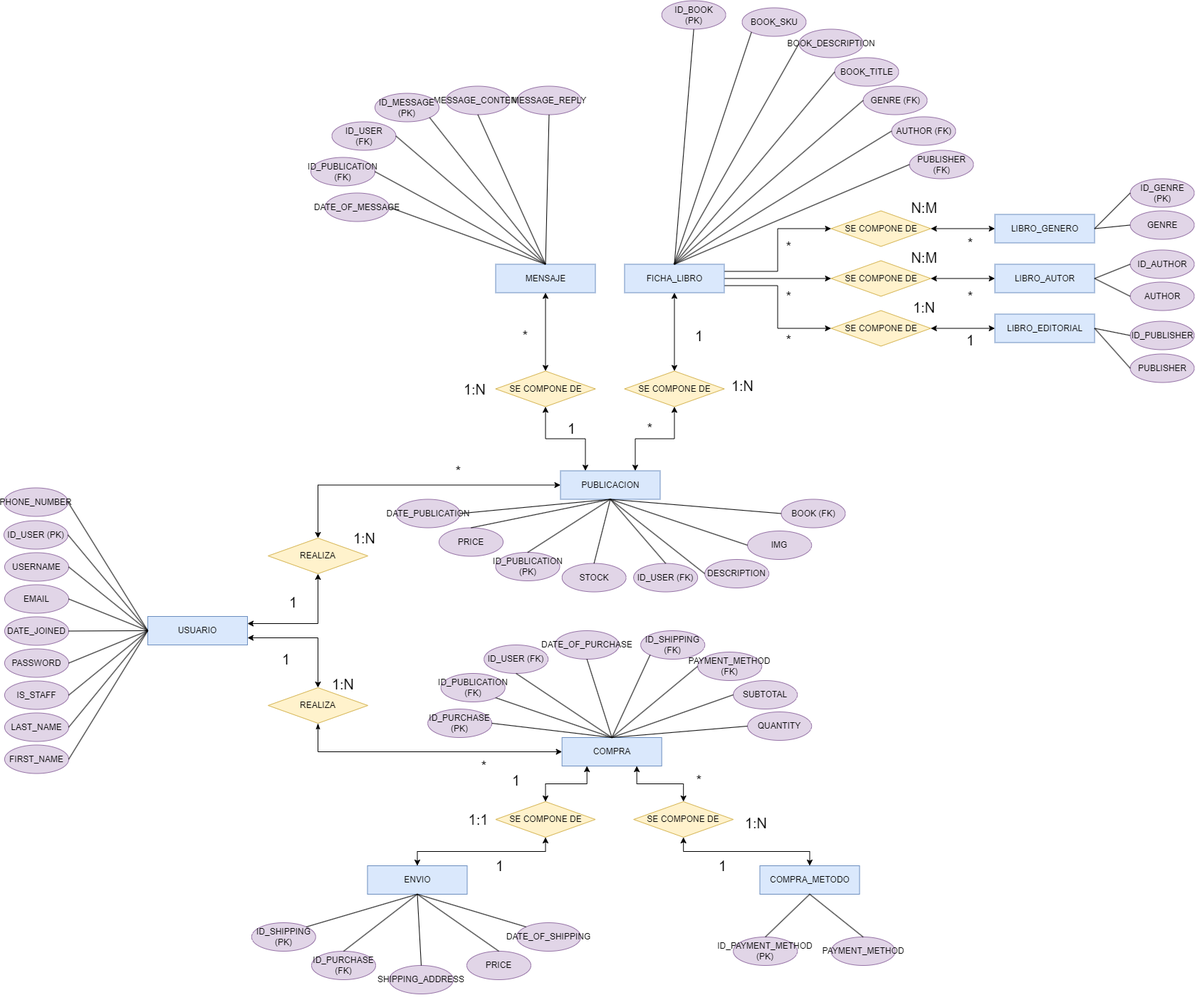
Above: der.png in feliRios/SQL-Coderhouse-ProyectoFinal-Lopez-Rios (draw.io), before the change. Source tidied: cells renumbered, new cells last; positions are measured from the earlier drawing's top-left corner, leaving out a move shared by most shapes.
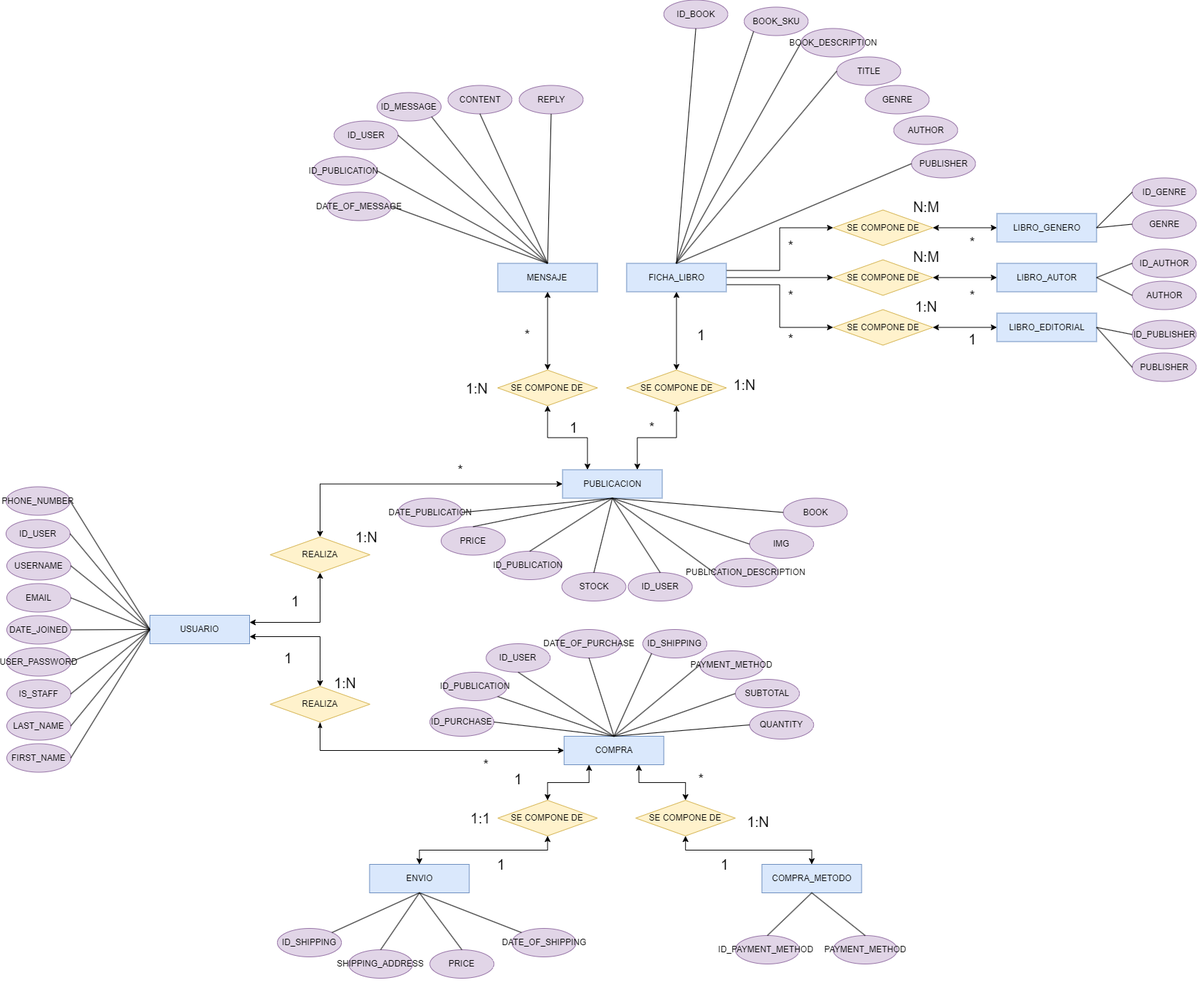
After the change.

Diff of the diagram source:
```diff
@@ -17,7 +17,7 @@
     <mxCell id="6" value="REALIZA" style="rhombus;whiteSpace=wrap;html=1;fillColor=#fff2cc;strokeColor=#d6b656;" parent="1" vertex="1">
       <mxGeometry x="371" y="754" width="140" height="50" as="geometry" />
     </mxCell>
-    <mxCell id="7" value="ID_USER (PK)" style="ellipse;whiteSpace=wrap;html=1;fillColor=#e1d5e7;strokeColor=#9673a6;" parent="1" vertex="1">
+    <mxCell id="7" value="ID_USER" style="ellipse;whiteSpace=wrap;html=1;fillColor=#e1d5e7;strokeColor=#9673a6;" parent="1" vertex="1">
       <mxGeometry y="729.5" width="90" height="40" as="geometry" />
     </mxCell>
     <mxCell id="8" value="USERNAME" style="ellipse;whiteSpace=wrap;html=1;fillColor=#e1d5e7;strokeColor=#9673a6;" parent="1" vertex="1">
@@ -26,7 +26,7 @@
     <mxCell id="9" value="EMAIL" style="ellipse;whiteSpace=wrap;html=1;fillColor=#e1d5e7;strokeColor=#9673a6;" parent="1" vertex="1">
       <mxGeometry x="1" y="819.5" width="90" height="40" as="geometry" />
     </mxCell>
-    <mxCell id="10" value="PASSWORD" style="ellipse;whiteSpace=wrap;html=1;fillColor=#e1d5e7;strokeColor=#9673a6;" parent="1" vertex="1">
+    <mxCell id="10" value="USER_PASSWORD" style="ellipse;whiteSpace=wrap;html=1;fillColor=#e1d5e7;strokeColor=#9673a6;" parent="1" vertex="1">
       <mxGeometry x="1" y="909.5" width="90" height="40" as="geometry" />
     </mxCell>
     <mxCell id="11" value="FIRST_NAME" style="ellipse;whiteSpace=wrap;html=1;fillColor=#e1d5e7;strokeColor=#9673a6;" parent="1" vertex="1">
@@ -76,16 +76,16 @@
     <mxCell id="25" value="PUBLICACION" style="rounded=0;whiteSpace=wrap;html=1;fillColor=#dae8fc;strokeColor=#6c8ebf;" parent="1" vertex="1">
       <mxGeometry x="781.5" y="659.5" width="140" height="40" as="geometry" />
     </mxCell>
-    <mxCell id="26" value="ID_PUBLICATION (PK)" style="ellipse;whiteSpace=wrap;html=1;fillColor=#e1d5e7;strokeColor=#9673a6;" parent="1" vertex="1">
+    <mxCell id="26" value="ID_PUBLICATION&amp;nbsp;" style="ellipse;whiteSpace=wrap;html=1;fillColor=#e1d5e7;strokeColor=#9673a6;" parent="1" vertex="1">
       <mxGeometry x="690.5" y="774" width="90" height="40" as="geometry" />
     </mxCell>
     <mxCell id="27" value="BOOK_DESCRIPTION" style="ellipse;whiteSpace=wrap;html=1;fillColor=#e1d5e7;strokeColor=#9673a6;" parent="1" vertex="1">
       <mxGeometry x="1116.5" y="39.5" width="90" height="40" as="geometry" />
     </mxCell>
-    <mxCell id="28" value="DESCRIPTION" style="ellipse;whiteSpace=wrap;html=1;fillColor=#e1d5e7;strokeColor=#9673a6;" parent="1" vertex="1">
-      <mxGeometry x="984.2" y="784" width="90" height="40" as="geometry" />
+    <mxCell id="28" value="PUBLICATION_DESCRIPTION" style="ellipse;whiteSpace=wrap;html=1;fillColor=#e1d5e7;strokeColor=#9673a6;" parent="1" vertex="1">
+      <mxGeometry x="994.2" y="784" width="90" height="40" as="geometry" />
     </mxCell>
-    <mxCell id="29" value="BOOK_TITLE" style="ellipse;whiteSpace=wrap;html=1;fillColor=#e1d5e7;strokeColor=#9673a6;" parent="1" vertex="1">
+    <mxCell id="29" value="TITLE" style="ellipse;whiteSpace=wrap;html=1;fillColor=#e1d5e7;strokeColor=#9673a6;" parent="1" vertex="1">
       <mxGeometry x="1166.5" y="79.5" width="90" height="40" as="geometry" />
     </mxCell>
     <mxCell id="30" value="DATE_PUBLICATION" style="ellipse;whiteSpace=wrap;html=1;fillColor=#e1d5e7;strokeColor=#9673a6;" parent="1" vertex="1">
@@ -94,22 +94,22 @@
     <mxCell id="31" value="PRICE" style="ellipse;whiteSpace=wrap;html=1;fillColor=#e1d5e7;strokeColor=#9673a6;" parent="1" vertex="1">
       <mxGeometry x="611" y="739.5" width="90" height="40" as="geometry" />
     </mxCell>
-    <mxCell id="32" value="ID_USER (FK)" style="ellipse;whiteSpace=wrap;html=1;fillColor=#e1d5e7;strokeColor=#9673a6;" parent="1" vertex="1">
-      <mxGeometry x="884.2" y="789.5" width="90" height="40" as="geometry" />
+    <mxCell id="32" value="ID_USER" style="ellipse;whiteSpace=wrap;html=1;fillColor=#e1d5e7;strokeColor=#9673a6;" parent="1" vertex="1">
+      <mxGeometry x="873.7" y="804" width="90" height="40" as="geometry" />
     </mxCell>
     <mxCell id="33" value="MENSAJE" style="rounded=0;whiteSpace=wrap;html=1;fillColor=#dae8fc;strokeColor=#6c8ebf;" parent="1" vertex="1">
       <mxGeometry x="690.5" y="369.5" width="140" height="40" as="geometry" />
     </mxCell>
-    <mxCell id="34" value="ID_PUBLICATION (FK)" style="ellipse;whiteSpace=wrap;html=1;fillColor=#e1d5e7;strokeColor=#9673a6;" parent="1" vertex="1">
+    <mxCell id="34" value="ID_PUBLICATION&amp;nbsp;" style="ellipse;whiteSpace=wrap;html=1;fillColor=#e1d5e7;strokeColor=#9673a6;" parent="1" vertex="1">
       <mxGeometry x="431" y="219.5" width="90" height="40" as="geometry" />
     </mxCell>
-    <mxCell id="35" value="MESSAGE_CONTENT" style="ellipse;whiteSpace=wrap;html=1;fillColor=#e1d5e7;strokeColor=#9673a6;" parent="1" vertex="1">
+    <mxCell id="35" value="CONTENT" style="ellipse;whiteSpace=wrap;html=1;fillColor=#e1d5e7;strokeColor=#9673a6;" parent="1" vertex="1">
       <mxGeometry x="620.5" y="119.5" width="90" height="40" as="geometry" />
     </mxCell>
     <mxCell id="36" value="DATE_OF_MESSAGE" style="ellipse;whiteSpace=wrap;html=1;fillColor=#e1d5e7;strokeColor=#9673a6;" parent="1" vertex="1">
       <mxGeometry x="451" y="269.5" width="90" height="40" as="geometry" />
     </mxCell>
-    <mxCell id="37" value="MESSAGE_REPLY" style="ellipse;whiteSpace=wrap;html=1;fillColor=#e1d5e7;strokeColor=#9673a6;" parent="1" vertex="1">
+    <mxCell id="37" value="REPLY" style="ellipse;whiteSpace=wrap;html=1;fillColor=#e1d5e7;strokeColor=#9673a6;" parent="1" vertex="1">
       <mxGeometry x="720.5" y="119.5" width="90" height="40" as="geometry" />
     </mxCell>
     <mxCell id="38" style="edgeStyle=orthogonalEdgeStyle;rounded=0;jettySize=auto;html=1;exitX=0.5;exitY=0;exitDx=0;exitDy=0;entryX=0.5;entryY=1;entryDx=0;entryDy=0;startArrow=classic;startFill=1;" parent="1" edge="1" source="39" target="33">
@@ -147,35 +147,32 @@
     <mxCell id="48" style="endArrow=none;html=1;rounded=0;entryX=0;entryY=0.5;entryDx=0;entryDy=0;exitX=0.5;exitY=1;exitDx=0;exitDy=0;" parent="1" edge="1" source="25" target="28">
       <mxGeometry relative="1" as="geometry" />
     </mxCell>
-    <mxCell id="49" value="ID_PUBLICATION (FK)" style="ellipse;whiteSpace=wrap;html=1;fillColor=#e1d5e7;strokeColor=#9673a6;" parent="1" vertex="1">
+    <mxCell id="49" value="ID_PUBLICATION" style="ellipse;whiteSpace=wrap;html=1;fillColor=#e1d5e7;strokeColor=#9673a6;" parent="1" vertex="1">
       <mxGeometry x="613.7" y="944" width="90" height="40" as="geometry" />
     </mxCell>
-    <mxCell id="50" value="ID_PURCHASE (PK)" style="ellipse;whiteSpace=wrap;html=1;fillColor=#e1d5e7;strokeColor=#9673a6;" parent="1" vertex="1">
+    <mxCell id="50" value="ID_PURCHASE" style="ellipse;whiteSpace=wrap;html=1;fillColor=#e1d5e7;strokeColor=#9673a6;" parent="1" vertex="1">
       <mxGeometry x="595.2" y="994" width="90" height="40" as="geometry" />
     </mxCell>
     <mxCell id="51" value="DATE_OF_PURCHASE" style="ellipse;whiteSpace=wrap;html=1;fillColor=#e1d5e7;strokeColor=#9673a6;" parent="1" vertex="1">
       <mxGeometry x="773.7" y="884" width="90" height="40" as="geometry" />
     </mxCell>
-    <mxCell id="52" value="ID_USER (FK)" style="ellipse;whiteSpace=wrap;html=1;fillColor=#e1d5e7;strokeColor=#9673a6;" parent="1" vertex="1">
+    <mxCell id="52" value="ID_USER" style="ellipse;whiteSpace=wrap;html=1;fillColor=#e1d5e7;strokeColor=#9673a6;" parent="1" vertex="1">
       <mxGeometry x="674.2" y="904" width="90" height="40" as="geometry" />
     </mxCell>
-    <mxCell id="53" value="ID_SHIPPING&lt;br&gt;(FK)" style="ellipse;whiteSpace=wrap;html=1;fillColor=#e1d5e7;strokeColor=#9673a6;" parent="1" vertex="1">
+    <mxCell id="53" value="ID_SHIPPING" style="ellipse;whiteSpace=wrap;html=1;fillColor=#e1d5e7;strokeColor=#9673a6;" parent="1" vertex="1">
       <mxGeometry x="894.2" y="884" width="90" height="40" as="geometry" />
     </mxCell>
     <mxCell id="54" value="ENVIO" style="rounded=0;whiteSpace=wrap;html=1;fillColor=#dae8fc;strokeColor=#6c8ebf;" parent="1" vertex="1">
       <mxGeometry x="510.5" y="1214" width="140" height="40" as="geometry" />
     </mxCell>
-    <mxCell id="55" value="ID_SHIPPING (PK)" style="ellipse;whiteSpace=wrap;html=1;fillColor=#e1d5e7;strokeColor=#9673a6;" parent="1" vertex="1">
-      <mxGeometry x="347.8" y="1294" width="90" height="40" as="geometry" />
+    <mxCell id="55" value="ID_SHIPPING" style="ellipse;whiteSpace=wrap;html=1;fillColor=#e1d5e7;strokeColor=#9673a6;" parent="1" vertex="1">
+      <mxGeometry x="381" y="1304" width="90" height="40" as="geometry" />
     </mxCell>
-    <mxCell id="56" value="ID_PURCHASE (FK)" style="ellipse;whiteSpace=wrap;html=1;fillColor=#e1d5e7;strokeColor=#9673a6;" parent="1" vertex="1">
-      <mxGeometry x="432" y="1334" width="90" height="40" as="geometry" />
-    </mxCell>
     <mxCell id="57" value="SHIPPING_ADDRESS" style="ellipse;whiteSpace=wrap;html=1;fillColor=#e1d5e7;strokeColor=#9673a6;" parent="1" vertex="1">
-      <mxGeometry x="541" y="1354" width="90" height="40" as="geometry" />
+      <mxGeometry x="481" y="1334" width="90" height="40" as="geometry" />
     </mxCell>
     <mxCell id="58" value="PRICE" style="ellipse;whiteSpace=wrap;html=1;fillColor=#e1d5e7;strokeColor=#9673a6;" parent="1" vertex="1">
-      <mxGeometry x="650" y="1334" width="90" height="40" as="geometry" />
+      <mxGeometry x="595.2" y="1334" width="90" height="40" as="geometry" />
     </mxCell>
     <mxCell id="59" style="edgeStyle=orthogonalEdgeStyle;rounded=0;orthogonalLoop=1;jettySize=auto;html=1;exitX=0.5;exitY=1;exitDx=0;exitDy=0;" parent="1" edge="1" source="57" target="57">
       <mxGeometry relative="1" as="geometry" />
@@ -220,7 +217,7 @@
       <mxGeometry x="640.5" y="1129" width="50" height="40" as="geometry" />
     </mxCell>
     <mxCell id="73" value="STOCK" style="ellipse;whiteSpace=wrap;html=1;fillColor=#e1d5e7;strokeColor=#9673a6;" parent="1" vertex="1">
-      <mxGeometry x="783.7" y="789.5" width="90" height="40" as="geometry" />
+      <mxGeometry x="780.5" y="804" width="90" height="40" as="geometry" />
     </mxCell>
     <mxCell id="74" style="endArrow=none;html=1;rounded=0;entryX=0.5;entryY=0;entryDx=0;entryDy=0;exitX=0.5;exitY=1;exitDx=0;exitDy=0;" parent="1" edge="1" source="25" target="73">
       <mxGeometry relative="1" as="geometry" />
@@ -231,14 +228,11 @@
       </mxGeometry>
     </mxCell>
     <mxCell id="76" value="DATE_OF_SHIPPING" style="ellipse;whiteSpace=wrap;html=1;fillColor=#e1d5e7;strokeColor=#9673a6;" parent="1" vertex="1">
-      <mxGeometry x="720" y="1294" width="90" height="40" as="geometry" />
+      <mxGeometry x="710.5" y="1304" width="90" height="40" as="geometry" />
     </mxCell>
     <mxCell id="77" style="endArrow=none;html=1;rounded=0;entryX=0.5;entryY=1;entryDx=0;entryDy=0;exitX=1;exitY=0;exitDx=0;exitDy=0;" parent="1" edge="1" source="55" target="54">
       <mxGeometry relative="1" as="geometry" />
     </mxCell>
-    <mxCell id="78" style="endArrow=none;html=1;rounded=0;entryX=0.5;entryY=1;entryDx=0;entryDy=0;exitX=0.5;exitY=0;exitDx=0;exitDy=0;" parent="1" edge="1" source="56" target="54">
-      <mxGeometry relative="1" as="geometry" />
-    </mxCell>
     <mxCell id="79" style="endArrow=none;html=1;rounded=0;exitX=0.5;exitY=0;exitDx=0;exitDy=0;" parent="1" edge="1" source="57">
       <mxGeometry relative="1" as="geometry">
         <mxPoint x="580.5" y="1254" as="targetPoint" />
@@ -250,10 +244,10 @@
     <mxCell id="81" style="endArrow=none;html=1;rounded=0;exitX=0;exitY=0;exitDx=0;exitDy=0;entryX=0.5;entryY=1;entryDx=0;entryDy=0;" parent="1" edge="1" source="76" target="54">
       <mxGeometry relative="1" as="geometry" />
     </mxCell>
-    <mxCell id="82" value="ID_USER&lt;br&gt;(FK)" style="ellipse;whiteSpace=wrap;html=1;fillColor=#e1d5e7;strokeColor=#9673a6;" parent="1" vertex="1">
+    <mxCell id="82" value="ID_USER" style="ellipse;whiteSpace=wrap;html=1;fillColor=#e1d5e7;strokeColor=#9673a6;" parent="1" vertex="1">
       <mxGeometry x="460.5" y="169.5" width="90" height="40" as="geometry" />
     </mxCell>
-    <mxCell id="83" value="PAYMENT_METHOD&lt;br&gt;(FK)" style="ellipse;whiteSpace=wrap;html=1;fillColor=#e1d5e7;strokeColor=#9673a6;" parent="1" vertex="1">
+    <mxCell id="83" value="PAYMENT_METHOD" style="ellipse;whiteSpace=wrap;html=1;fillColor=#e1d5e7;strokeColor=#9673a6;" parent="1" vertex="1">
       <mxGeometry x="974.2" y="914" width="90" height="40" as="geometry" />
     </mxCell>
     <mxCell id="84" style="endArrow=none;html=1;rounded=0;entryX=0.5;entryY=0;entryDx=0;entryDy=0;exitX=0;exitY=0.5;exitDx=0;exitDy=0;" parent="1" edge="1" source="83" target="43">
@@ -268,7 +262,7 @@
     <mxCell id="87" value="REALIZA" style="rhombus;whiteSpace=wrap;html=1;fillColor=#fff2cc;strokeColor=#d6b656;" parent="1" vertex="1">
       <mxGeometry x="371" y="964" width="140" height="50" as="geometry" />
     </mxCell>
-    <mxCell id="88" value="ID_MESSAGE&lt;br&gt;(PK)" style="ellipse;whiteSpace=wrap;html=1;fillColor=#e1d5e7;strokeColor=#9673a6;" parent="1" vertex="1">
+    <mxCell id="88" value="ID_MESSAGE" style="ellipse;whiteSpace=wrap;html=1;fillColor=#e1d5e7;strokeColor=#9673a6;" parent="1" vertex="1">
       <mxGeometry x="521" y="129.5" width="90" height="40" as="geometry" />
     </mxCell>
     <mxCell id="89" style="edgeStyle=orthogonalEdgeStyle;rounded=0;jettySize=auto;html=1;exitX=0.5;exitY=0;exitDx=0;exitDy=0;entryX=0.5;entryY=1;entryDx=0;entryDy=0;startArrow=classic;startFill=1;" parent="1" edge="1" source="90" target="94">
@@ -322,13 +316,13 @@
         <mxPoint x="941" y="369.5" as="sourcePoint" />
       </mxGeometry>
     </mxCell>
-    <mxCell id="104" value="BOOK (FK)" style="ellipse;whiteSpace=wrap;html=1;fillColor=#e1d5e7;strokeColor=#9673a6;" parent="1" vertex="1">
+    <mxCell id="104" value="BOOK" style="ellipse;whiteSpace=wrap;html=1;fillColor=#e1d5e7;strokeColor=#9673a6;" parent="1" vertex="1">
       <mxGeometry x="1091.5" y="699.5" width="90" height="40" as="geometry" />
     </mxCell>
     <mxCell id="105" style="endArrow=none;html=1;rounded=0;entryX=0;entryY=0.5;entryDx=0;entryDy=0;exitX=0.5;exitY=1;exitDx=0;exitDy=0;" parent="1" edge="1" source="25" target="104">
       <mxGeometry relative="1" as="geometry" />
     </mxCell>
-    <mxCell id="106" value="ID_BOOK&lt;br&gt;(PK)" style="ellipse;whiteSpace=wrap;html=1;fillColor=#e1d5e7;strokeColor=#9673a6;" parent="1" vertex="1">
+    <mxCell id="106" value="ID_BOOK" style="ellipse;whiteSpace=wrap;html=1;fillColor=#e1d5e7;strokeColor=#9673a6;" parent="1" vertex="1">
       <mxGeometry x="923.7" y="-0.5" width="90" height="40" as="geometry" />
     </mxCell>
     <mxCell id="107" style="endArrow=none;html=1;rounded=0;entryX=0.5;entryY=1;entryDx=0;entryDy=0;exitX=0.5;exitY=0;exitDx=0;exitDy=0;" parent="1" edge="1" source="94" target="106">
@@ -400,24 +394,18 @@
     <mxCell id="129" value="LIBRO_EDITORIAL" style="rounded=0;whiteSpace=wrap;html=1;fillColor=#dae8fc;strokeColor=#6c8ebf;" parent="1" vertex="1">
       <mxGeometry x="1391.5" y="439.5" width="140" height="40" as="geometry" />
     </mxCell>
-    <mxCell id="130" value="ID_GENRE (PK)" style="ellipse;whiteSpace=wrap;html=1;fillColor=#e1d5e7;strokeColor=#9673a6;" parent="1" vertex="1">
+    <mxCell id="130" value="ID_GENRE" style="ellipse;whiteSpace=wrap;html=1;fillColor=#e1d5e7;strokeColor=#9673a6;" parent="1" vertex="1">
       <mxGeometry x="1581.5" y="249.5" width="90" height="40" as="geometry" />
     </mxCell>
-    <mxCell id="131" value="GENRE (FK)" style="ellipse;whiteSpace=wrap;html=1;fillColor=#e1d5e7;strokeColor=#9673a6;" parent="1" vertex="1">
+    <mxCell id="131" value="GENRE" style="ellipse;whiteSpace=wrap;html=1;fillColor=#e1d5e7;strokeColor=#9673a6;" parent="1" vertex="1">
       <mxGeometry x="1206.5" y="119.5" width="90" height="40" as="geometry" />
     </mxCell>
-    <mxCell id="132" value="AUTHOR (FK)" style="ellipse;whiteSpace=wrap;html=1;fillColor=#e1d5e7;strokeColor=#9673a6;" parent="1" vertex="1">
+    <mxCell id="132" value="AUTHOR" style="ellipse;whiteSpace=wrap;html=1;fillColor=#e1d5e7;strokeColor=#9673a6;" parent="1" vertex="1">
       <mxGeometry x="1246.5" y="162.5" width="90" height="40" as="geometry" />
     </mxCell>
-    <mxCell id="133" value="PUBLISHER (FK)" style="ellipse;whiteSpace=wrap;html=1;fillColor=#e1d5e7;strokeColor=#9673a6;" parent="1" vertex="1">
+    <mxCell id="133" value="PUBLISHER" style="ellipse;whiteSpace=wrap;html=1;fillColor=#e1d5e7;strokeColor=#9673a6;" parent="1" vertex="1">
       <mxGeometry x="1271.5" y="209.5" width="90" height="40" as="geometry" />
     </mxCell>
-    <mxCell id="134" style="endArrow=none;html=1;rounded=0;entryX=0;entryY=0.5;entryDx=0;entryDy=0;exitX=0.5;exitY=0;exitDx=0;exitDy=0;" parent="1" edge="1" source="94" target="131">
-      <mxGeometry relative="1" as="geometry" />
-    </mxCell>
-    <mxCell id="135" style="endArrow=none;html=1;rounded=0;entryX=0;entryY=0.5;entryDx=0;entryDy=0;exitX=0.5;exitY=0;exitDx=0;exitDy=0;" parent="1" edge="1" source="94" target="132">
-      <mxGeometry relative="1" as="geometry" />
-    </mxCell>
     <mxCell id="136" style="endArrow=none;html=1;rounded=0;entryX=0;entryY=0.5;entryDx=0;entryDy=0;exitX=0.5;exitY=0;exitDx=0;exitDy=0;" parent="1" edge="1" source="94" target="133">
       <mxGeometry relative="1" as="geometry" />
     </mxCell>
@@ -496,7 +484,7 @@
     <mxCell id="161" value="COMPRA_METODO" style="rounded=0;whiteSpace=wrap;html=1;fillColor=#dae8fc;strokeColor=#6c8ebf;" parent="1" vertex="1">
       <mxGeometry x="1061.5" y="1214" width="140" height="40" as="geometry" />
     </mxCell>
-    <mxCell id="162" value="ID_PAYMENT_METHOD (PK)" style="ellipse;whiteSpace=wrap;html=1;fillColor=#e1d5e7;strokeColor=#9673a6;" parent="1" vertex="1">
+    <mxCell id="162" value="ID_PAYMENT_METHOD&amp;nbsp;" style="ellipse;whiteSpace=wrap;html=1;fillColor=#e1d5e7;strokeColor=#9673a6;" parent="1" vertex="1">
       <mxGeometry x="1024.2" y="1314" width="90" height="40" as="geometry" />
     </mxCell>
     <mxCell id="163" value="PAYMENT_METHOD" style="ellipse;whiteSpace=wrap;html=1;fillColor=#e1d5e7;strokeColor=#9673a6;" parent="1" vertex="1">
```
